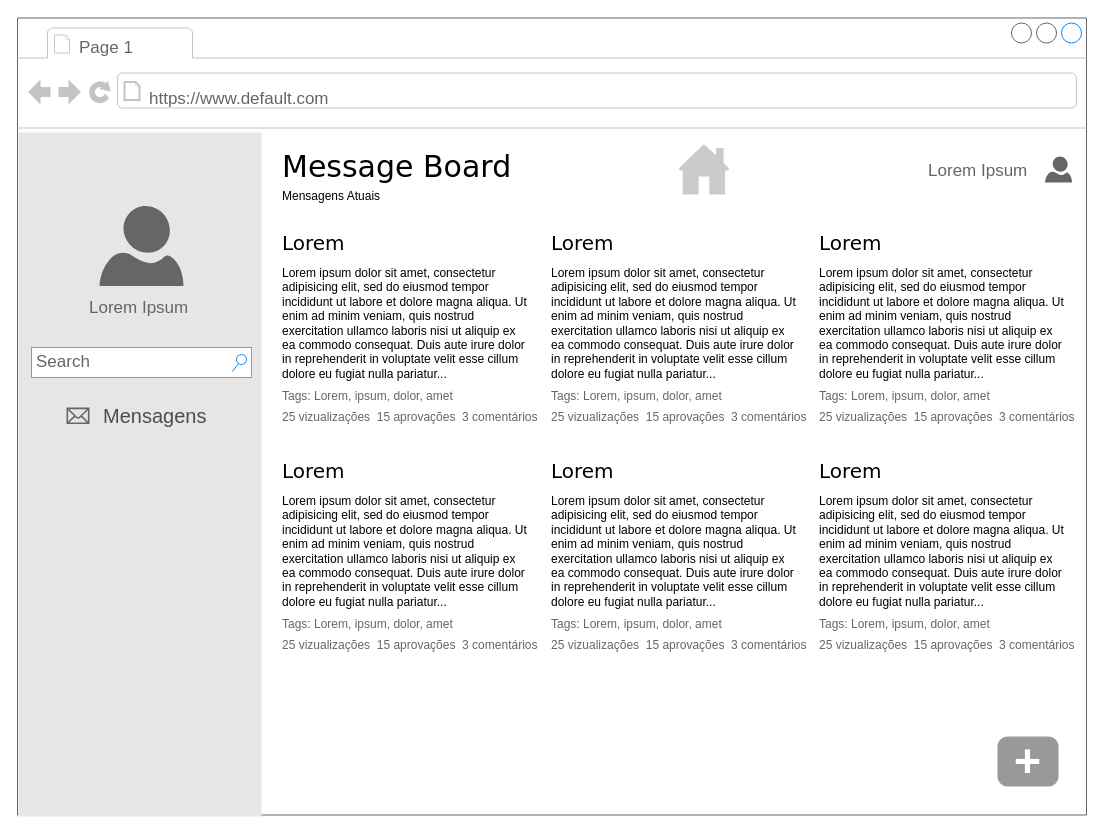
The draw.io diagram page "home" (1 of 6) of wireframe/messageboard.drawio in johnywalves/message-board-frontend, before the edit. Source tidied: cells renumbered, new cells numbered last; positions are measured from the earlier drawing's top-left corner, leaving out a move shared by most shapes. Both pictures are drawn from the tidied source at 100%, with x=0, y=0 at pixel (17, 18). Pictures stored in the file or linked from it are replaced by grey dashed boxes.
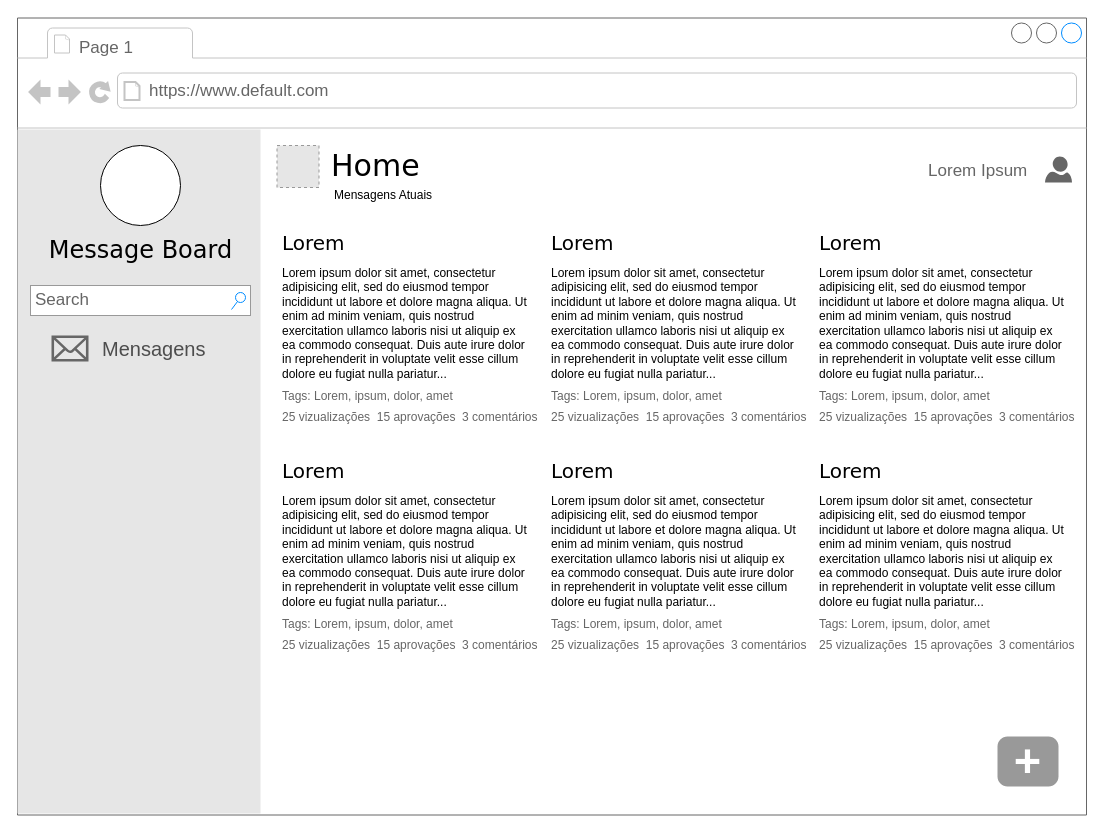
After the change.

What changed in the source:
```diff
@@
-    <mxCell id="3" style="group;" parent="1" vertex="1">
-      <mxGeometry x="1" y="114" width="243" height="684" as="geometry" />
-    </mxCell>
-    <mxCell id="4" style="group;" parent="3" vertex="1">
-      <mxGeometry width="243" height="684" as="geometry" />
-    </mxCell>
-    <mxCell id="5" style="rounded=0;whiteSpace=wrap;html=1;fontSize=20;fontColor=#4D4D4D;strokeColor=none;fillColor=#E6E6E6;" parent="4" vertex="1">
-      <mxGeometry width="243" height="684" as="geometry" />
-    </mxCell>
-    <mxCell id="6" style="shape=mxgraph.signs.tech.mail;html=1;fillColor=#666666;strokeColor=none;verticalLabelPosition=bottom;verticalAlign=top;align=center;" parent="4" vertex="1">
-      <mxGeometry x="48" y="275.1" width="23" height="16.5" as="geometry" />
-    </mxCell>
-    <mxCell id="7" style="shadow=0;dashed=0;html=1;strokeColor=none;labelPosition=center;verticalLabelPosition=bottom;verticalAlign=top;align=center;shape=mxgraph.azure.user;fillColor=#666666;" parent="4" vertex="1">
-      <mxGeometry x="81" y="73.5" width="84" height="80" as="geometry" />
-    </mxCell>
-    <mxCell id="8" value="&lt;span style=&quot;font-size: 17px;&quot;&gt;Lorem Ipsum&amp;nbsp;&lt;/span&gt;" style="text;html=1;strokeColor=none;fillColor=none;align=center;verticalAlign=middle;whiteSpace=wrap;rounded=0;fontColor=#666666;fontSize=17;" parent="4" vertex="1">
-      <mxGeometry x="53" y="167" width="140" height="18" as="geometry" />
-    </mxCell>
-    <mxCell id="9" value="Search" style="strokeWidth=1;shadow=0;dashed=0;align=center;html=1;shape=mxgraph.mockup.forms.searchBox;strokeColor=#999999;mainText=;fillColor=#ffffff;strokeColor2=#008cff;fontColor=#666666;fontSize=17;align=left;spacingLeft=3;" parent="4" vertex="1">
-      <mxGeometry x="13" y="215" width="220" height="30" as="geometry" />
-    </mxCell>
-    <mxCell id="10" value="Mensagens" style="text;html=1;align=left;verticalAlign=top;spacingTop=-4;fontSize=20;fontColor=#4D4D4D;" parent="4" vertex="1">
-      <mxGeometry x="83" y="269" width="120" height="30" as="geometry" />
-    </mxCell>
@@
     <mxCell id="12" value="https://www.default.com" style="strokeWidth=1;shadow=0;dashed=0;align=center;html=1;shape=mxgraph.mockup.containers.anchor;rSize=0;fontSize=17;fontColor=#666666;align=left;" parent="1" vertex="1">
-      <mxGeometry x="130" y="68.9" width="250" height="23.8" as="geometry" />
+      <mxGeometry x="130" y="60.9" width="250" height="23.8" as="geometry" />
     </mxCell>
@@
-    <mxCell id="50" value="Message Board" style="text;html=1;align=left;verticalAlign=top;spacingTop=-4;fontSize=30;fontFamily=Verdana;fontColor=#000000;" parent="1" vertex="1">
-      <mxGeometry x="263" y="128" width="237" height="46" as="geometry" />
+    <mxCell id="50" value="Home&lt;br&gt;&lt;br&gt;" style="text;html=1;align=left;verticalAlign=top;spacingTop=-4;fontSize=30;fontFamily=Verdana;fontColor=#000000;" parent="1" vertex="1">
+      <mxGeometry x="312" y="127" width="237" height="46" as="geometry" />
     </mxCell>
     <mxCell id="51" value="Mensagens Atuais" style="text;html=1;strokeColor=none;fillColor=none;align=left;verticalAlign=middle;whiteSpace=wrap;rounded=0;" parent="1" vertex="1">
-      <mxGeometry x="263" y="168" width="107" height="20" as="geometry" />
+      <mxGeometry x="315" y="167" width="107" height="20" as="geometry" />
     </mxCell>
-    <mxCell id="52" style="shadow=0;dashed=0;html=1;strokeColor=none;labelPosition=center;verticalLabelPosition=bottom;verticalAlign=top;align=center;shape=mxgraph.office.concepts.home;fillColor=#CCCBCB;" parent="1" vertex="1">
-      <mxGeometry x="661" y="126" width="51" height="50" as="geometry" />
-    </mxCell>
@@
+    <mxCell id="55" style="group;" parent="1" vertex="1">
+      <mxGeometry y="111" width="301.5" height="684" as="geometry" />
+    </mxCell>
+    <mxCell id="56" style="group;" parent="55" vertex="1">
+      <mxGeometry width="243.5" height="684" as="geometry" />
+    </mxCell>
+    <mxCell id="5" style="rounded=0;whiteSpace=wrap;html=1;fontSize=20;fontColor=#4D4D4D;strokeColor=none;fillColor=#E6E6E6;" parent="56" vertex="1">
+      <mxGeometry width="243" height="684" as="geometry" />
+    </mxCell>
+    <mxCell id="9" value="Search" style="strokeWidth=1;shadow=0;dashed=0;align=center;html=1;shape=mxgraph.mockup.forms.searchBox;strokeColor=#999999;mainText=;fillColor=#ffffff;strokeColor2=#008cff;fontColor=#666666;fontSize=17;align=left;spacingLeft=3;" parent="56" vertex="1">
+      <mxGeometry x="13" y="156" width="220" height="30" as="geometry" />
+    </mxCell>
+    <mxCell id="10" value="Mensagens" style="text;html=1;align=left;verticalAlign=top;spacingTop=-4;fontSize=20;fontColor=#4D4D4D;" parent="56" vertex="1">
+      <mxGeometry x="83" y="205" width="120" height="30" as="geometry" />
+    </mxCell>
+    <mxCell id="57" value="Message Board" style="text;html=1;align=center;verticalAlign=top;spacingTop=-4;fontSize=24;fontFamily=Verdana;fontColor=#000000;" parent="56" vertex="1">
+      <mxGeometry x="2.5" y="104" width="241" height="46" as="geometry" />
+    </mxCell>
+    <mxCell id="58" style="ellipse;whiteSpace=wrap;html=1;" parent="56" vertex="1">
+      <mxGeometry x="83" y="16" width="80" height="80" as="geometry" />
+    </mxCell>
+    <mxCell id="59" style="shape=mxgraph.signs.tech.mail;html=1;fillColor=#666666;strokeColor=none;verticalLabelPosition=bottom;verticalAlign=top;align=center;" parent="56" vertex="1">
+      <mxGeometry x="34" y="206" width="37" height="26" as="geometry" />
+    </mxCell>
+    <mxCell id="60" style="fillColor=#E6E6E6;strokeColor=#999999;dashed=1;html=1;verticalAlign=top;verticalLabelPosition=bottom;labelBackgroundColor=none;align=right;fontColor=#999999;" parent="55" vertex="1">
+      <mxGeometry x="259.5" y="16" width="42" height="42" as="geometry" />
+    </mxCell>
```
